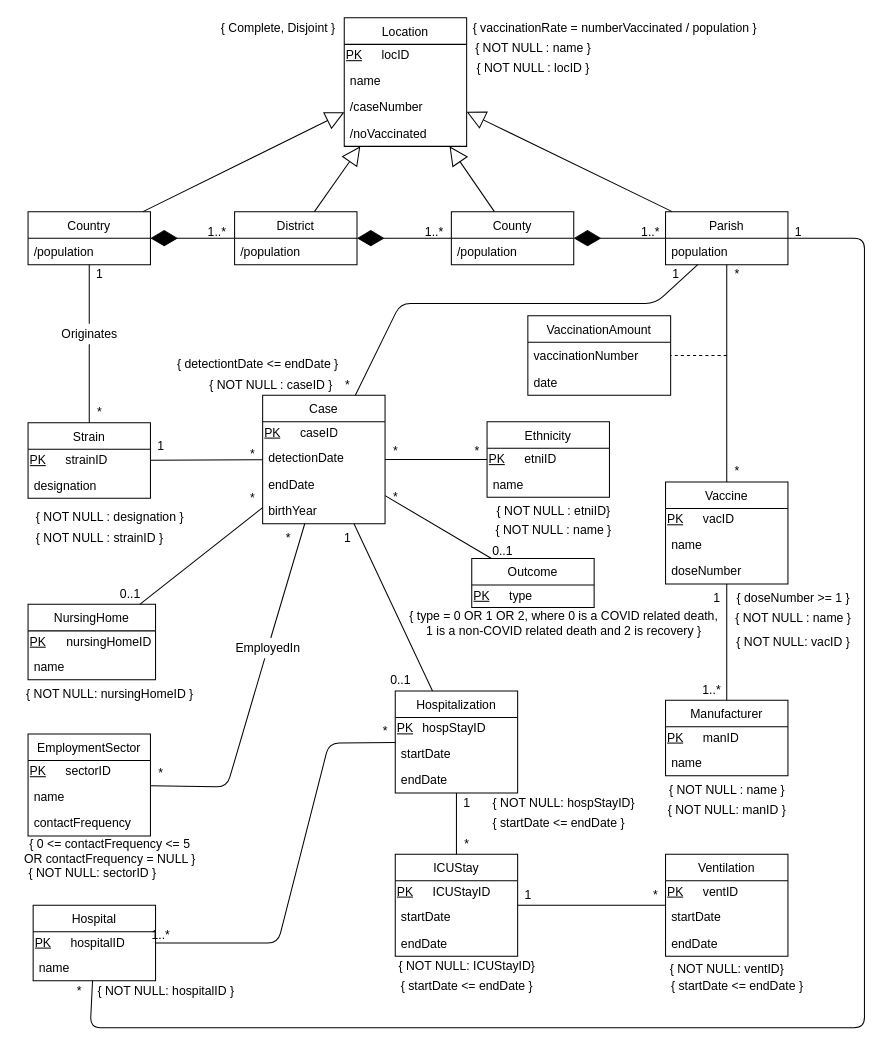
This is proj.drawio from DreFlo/bdad-proj, a draw.io file, before an edit. Source tidied: cells renumbered, new cells numbered last; positions are measured from the earlier drawing's top-left corner, leaving out a move shared by most shapes. Both pictures are drawn from the tidied source at 102%, with x=0, y=0 at pixel (17, 17).
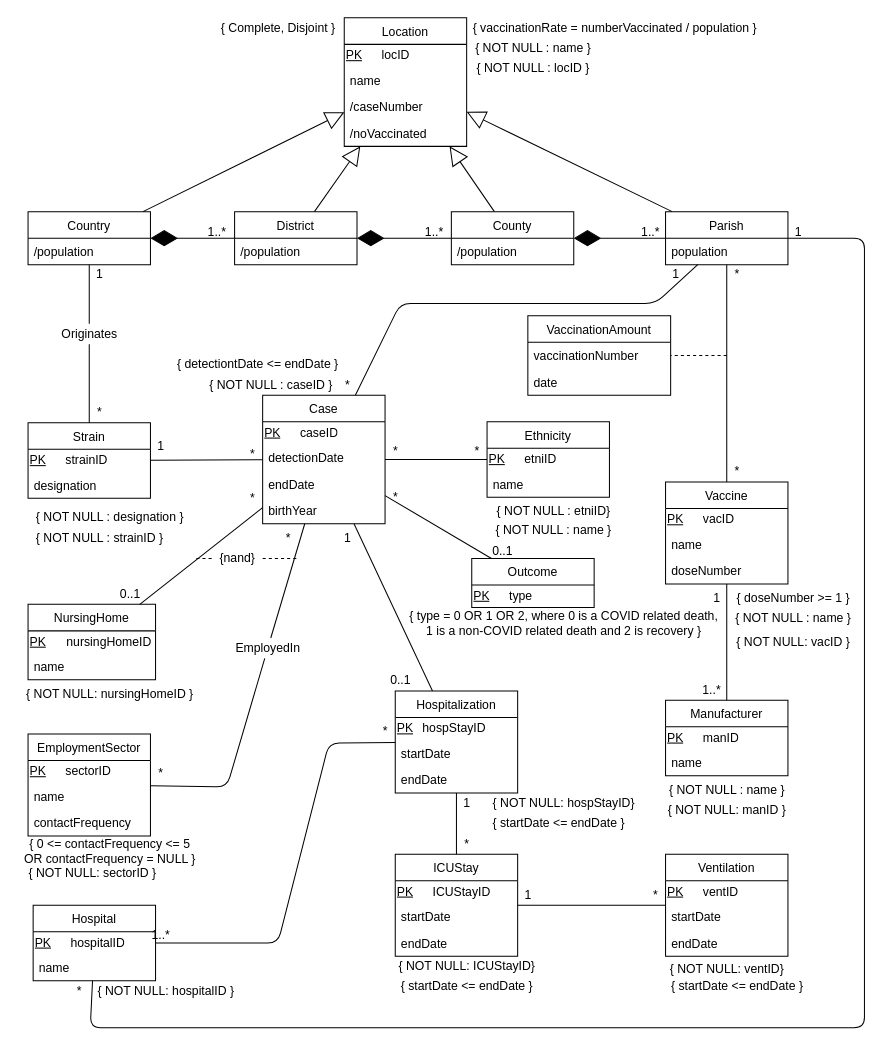
Above is the later version.

The edit, as a diff of the source:
```diff
@@
+    <mxCell id="182" style="endArrow=none;dashed=1;html=1;" parent="1" edge="1" source="183">
+      <mxGeometry relative="1" as="geometry">
+        <mxPoint x="275" y="530" as="targetPoint" />
+      </mxGeometry>
+    </mxCell>
+    <mxCell id="183" value="{nand}" style="text;html=1;align=center;verticalAlign=middle;points=[];" parent="1" vertex="1">
+      <mxGeometry x="190" y="520" width="50" height="20" as="geometry" />
+    </mxCell>
+    <mxCell id="184" style="endArrow=none;dashed=1;html=1;" parent="1" edge="1" target="183">
+      <mxGeometry relative="1" as="geometry">
+        <mxPoint x="175" y="530" as="sourcePoint" />
+      </mxGeometry>
+    </mxCell>
```
